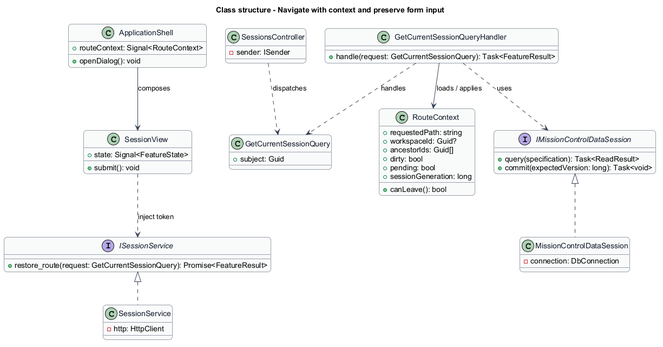
Above: docs/detailed-designs/workspace/navigate-and-recover-input/diagrams/class-structure.png in QuinntyneBrown/mission-control (PlantUML), before the change.
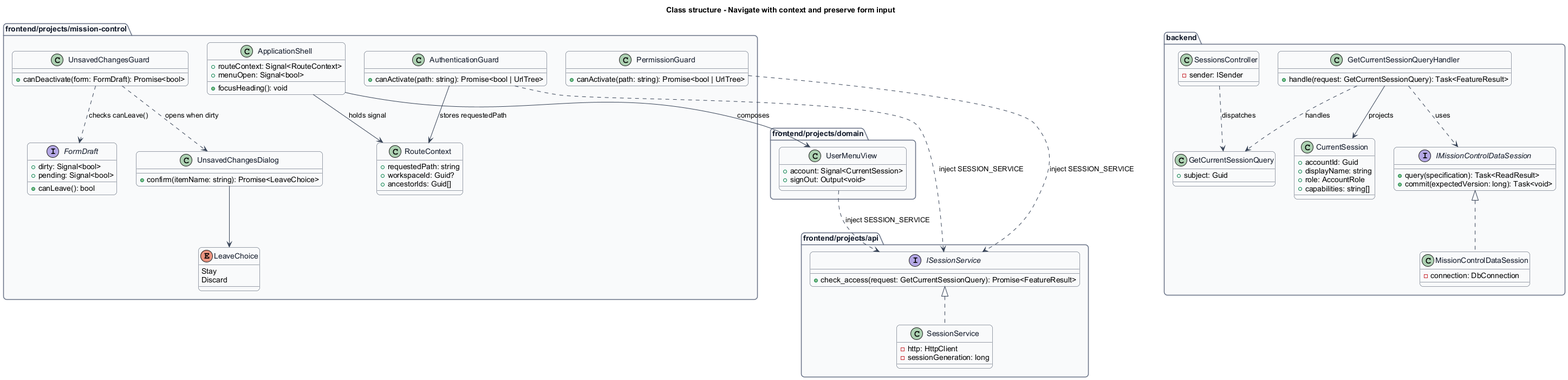
Above is the later version.

Diff of the diagram source:
```diff
@@ -19,52 +19,91 @@
   FontColor #101828
   BackgroundColor #F9FAFB
 }
-class ApplicationShell {
-  +routeContext: Signal<RouteContext>
-  +openDialog(): void
+package "frontend/projects/mission-control" {
+  class ApplicationShell {
+    +routeContext: Signal<RouteContext>
+    +menuOpen: Signal<bool>
+    +focusHeading(): void
+  }
+  class RouteContext {
+    +requestedPath: string
+    +workspaceId: Guid?
+    +ancestorIds: Guid[]
+  }
+  class AuthenticationGuard {
+    +canActivate(path: string): Promise<bool | UrlTree>
+  }
+  class PermissionGuard {
+    +canActivate(path: string): Promise<bool | UrlTree>
+  }
+  class UnsavedChangesGuard {
+    +canDeactivate(form: FormDraft): Promise<bool>
+  }
+  interface FormDraft {
+    +dirty: Signal<bool>
+    +pending: Signal<bool>
+    +canLeave(): bool
+  }
+  class UnsavedChangesDialog {
+    +confirm(itemName: string): Promise<LeaveChoice>
+  }
+  enum LeaveChoice {
+    Stay
+    Discard
+  }
 }
-class SessionView {
-  +state: Signal<FeatureState>
-  +submit(): void
+package "frontend/projects/domain" {
+  class UserMenuView {
+    +account: Signal<CurrentSession>
+    +signOut: Output<void>
+  }
 }
-interface ISessionService {
-  +restore_route(request: GetCurrentSessionQuery): Promise<FeatureResult>
+package "frontend/projects/api" {
+  interface ISessionService {
+    +check_access(request: GetCurrentSessionQuery): Promise<FeatureResult>
+  }
+  class SessionService {
+    -http: HttpClient
+    -sessionGeneration: long
+  }
 }
-class SessionService {
-  -http: HttpClient
+package "backend" {
+  class SessionsController {
+    -sender: ISender
+  }
+  class GetCurrentSessionQuery {
+    +subject: Guid
+  }
+  class GetCurrentSessionQueryHandler {
+    +handle(request: GetCurrentSessionQuery): Task<FeatureResult>
+  }
+  class CurrentSession {
+    +accountId: Guid
+    +displayName: string
+    +role: AccountRole
+    +capabilities: string[]
+  }
+  interface IMissionControlDataSession {
+    +query(specification): Task<ReadResult>
+    +commit(expectedVersion: long): Task<void>
+  }
+  class MissionControlDataSession {
+    -connection: DbConnection
+  }
 }
-class SessionsController {
-  -sender: ISender
-}
-class RouteContext {
-  +requestedPath: string
-  +workspaceId: Guid?
-  +ancestorIds: Guid[]
-  +dirty: bool
-  +pending: bool
-  +sessionGeneration: long
-  +canLeave(): bool
-}
-interface IMissionControlDataSession {
-  +query(specification): Task<ReadResult>
-  +commit(expectedVersion: long): Task<void>
-}
-class MissionControlDataSession {
-  -connection: DbConnection
-}
-ApplicationShell --> SessionView : composes
-SessionView ..> ISessionService : inject token
+ApplicationShell --> RouteContext : holds signal
+ApplicationShell --> UserMenuView : composes
+AuthenticationGuard --> RouteContext : stores requestedPath
+AuthenticationGuard ..> ISessionService : inject SESSION_SERVICE
+PermissionGuard ..> ISessionService : inject SESSION_SERVICE
+UserMenuView ..> ISessionService : inject SESSION_SERVICE
+UnsavedChangesGuard ..> FormDraft : checks canLeave()
+UnsavedChangesGuard ..> UnsavedChangesDialog : opens when dirty
+UnsavedChangesDialog --> LeaveChoice
 ISessionService <|.. SessionService
 IMissionControlDataSession <|.. MissionControlDataSession
-class GetCurrentSessionQuery {
-  +subject: Guid
-}
-class GetCurrentSessionQueryHandler {
-  +handle(request: GetCurrentSessionQuery): Task<FeatureResult>
-}
 SessionsController ..> GetCurrentSessionQuery : dispatches
 GetCurrentSessionQueryHandler ..> GetCurrentSessionQuery : handles
-GetCurrentSessionQueryHandler --> RouteContext : loads / applies
+GetCurrentSessionQueryHandler --> CurrentSession : projects
 GetCurrentSessionQueryHandler ..> IMissionControlDataSession : uses
-
 @enduml
```
